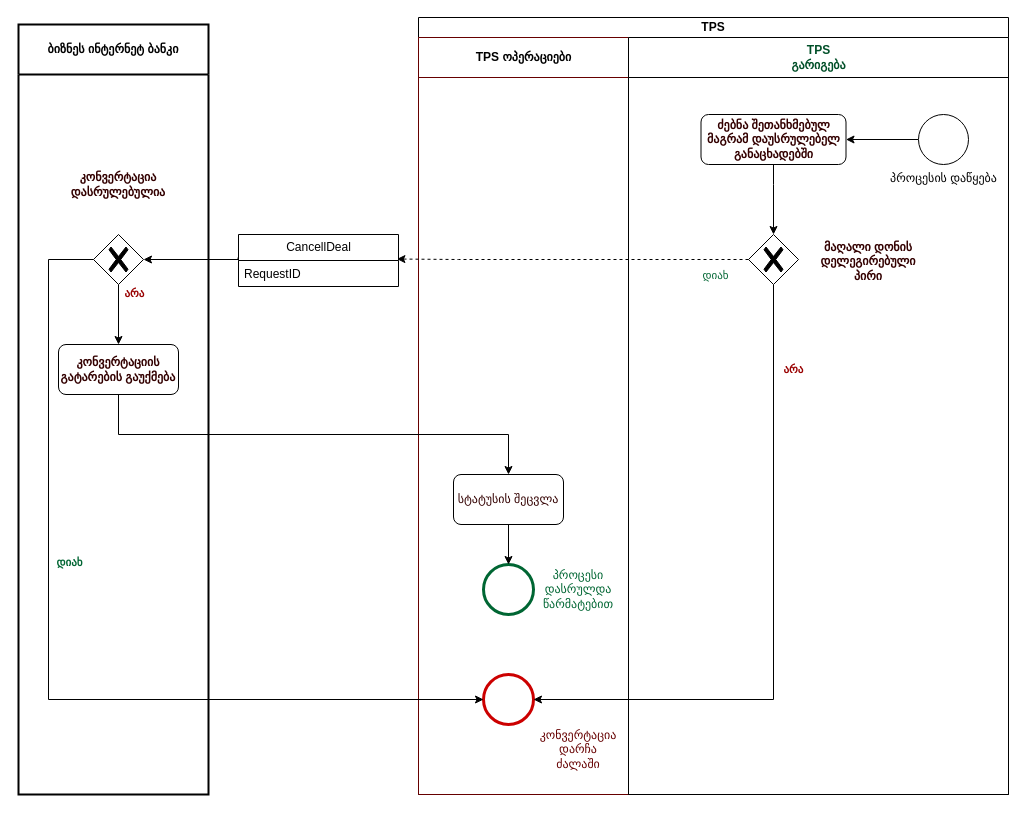
Before: page "შეთანხმების გაუქმება" (3 of 3) of RateDealProcessDiagram.drawio in vaso514d/drawio, a draw.io diagram. Source tidied: cells renumbered, new cells numbered last; positions are measured from the earlier drawing's top-left corner, leaving out a move shared by most shapes. Both pictures are drawn from the tidied source at 100%, with x=0, y=0 at pixel (18, 17).
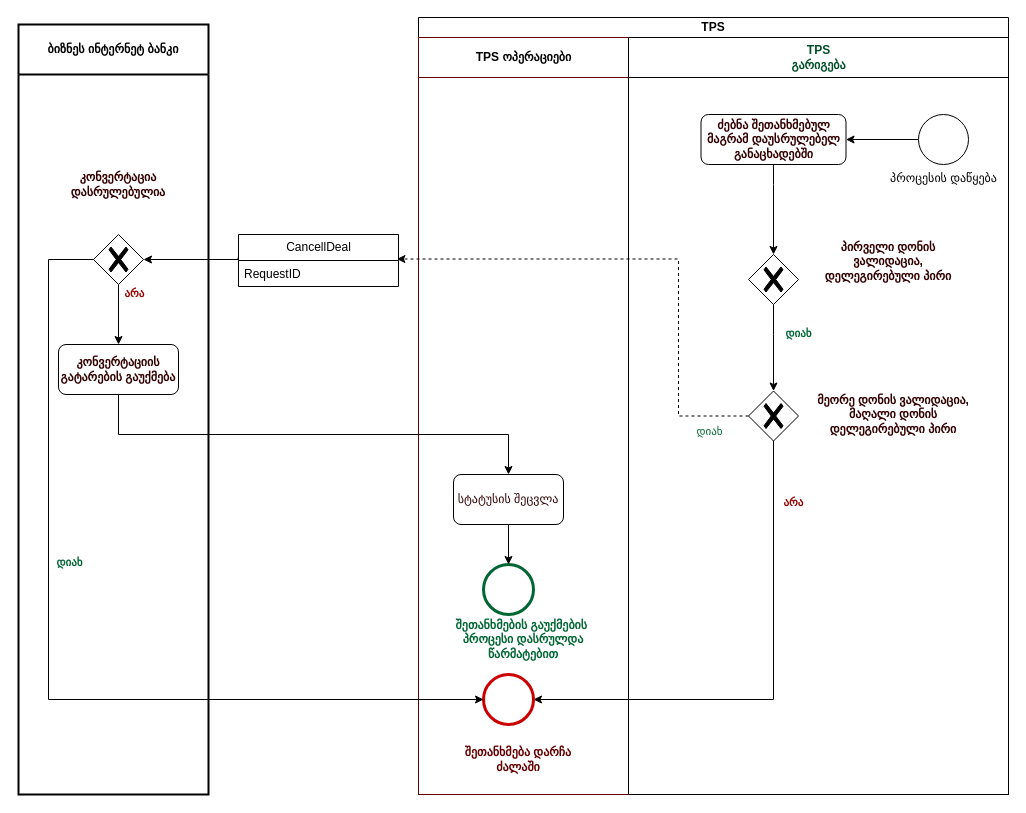
The same diagram, later.

The change refers to these unchanged cells:
```xml
<mxCell id="8" value="TPS" style="swimlane;html=1;startSize=20;whiteSpace=wrap;" parent="1" vertex="1">
  <mxGeometry x="400" width="590" height="777" as="geometry" />
</mxCell>
<mxCell id="9" value="TPS ოპერაციები" style="swimlane;html=1;startSize=40;perimeterSpacing=1;strokeColor=#660000;" parent="8" vertex="1">
  <mxGeometry y="20" width="210" height="757" as="geometry" />
</mxCell>
<mxCell id="10" style="points=[[0.145,0.145,0],[0.5,0,0],[0.855,0.145,0],[1,0.5,0],[0.855,0.855,0],[0.5,1,0],[0.145,0.855,0],[0,0.5,0]];shape=mxgraph.bpmn.event;html=1;verticalLabelPosition=bottom;labelBackgroundColor=#ffffff;verticalAlign=top;align=center;perimeter=ellipsePerimeter;outlineConnect=0;outline=end;symbol=terminate2;strokeColor=#CC0000;" parent="9" vertex="1">
  <mxGeometry x="65" y="637" width="50" height="50" as="geometry" />
</mxCell>
<mxCell id="18" value="&lt;b style=&quot;border-color: var(--border-color); color: rgb(0, 79, 40);&quot;&gt;TPS&lt;br style=&quot;border-color: var(--border-color);&quot;&gt;გარიგება&lt;/b&gt;" style="swimlane;html=1;startSize=40;" parent="8" vertex="1">
  <mxGeometry x="210" y="20" width="380" height="757" as="geometry" />
</mxCell>
<mxCell id="20" value="&lt;b&gt;ძებნა შეთანხმებულ მაგრამ დაუსრულებელ განაცხადებში&lt;/b&gt;" style="rounded=1;whiteSpace=wrap;html=1;labelBackgroundColor=none;fontColor=#330000;" parent="18" vertex="1">
  <mxGeometry x="72.5" y="77" width="145" height="50" as="geometry" />
</mxCell>
<mxCell id="26" value="RequestID" style="text;strokeColor=none;fillColor=none;align=left;verticalAlign=top;spacingLeft=4;spacingRight=4;overflow=hidden;points=[[0,0.5],[1,0.5]];portConstraint=eastwest;whiteSpace=wrap;html=1;fontColor=#000000;" parent="25" vertex="1">
  <mxGeometry y="26" width="160" height="26" as="geometry" />
</mxCell>
```

Diff of the diagram source:
```diff
@@
+    <mxCell id="16" style="edgeStyle=orthogonalEdgeStyle;rounded=0;jettySize=auto;html=1;startArrow=none;startFill=0;entryX=1;entryY=0.5;entryDx=0;entryDy=0;entryPerimeter=0;exitX=0.5;exitY=1;exitDx=0;exitDy=0;exitPerimeter=0;" parent="8" edge="1" source="19" target="10">
+      <mxGeometry relative="1" as="geometry">
+        <Array as="points">
+          <mxPoint x="355" y="682" />
+        </Array>
+      </mxGeometry>
+    </mxCell>
+    <mxCell id="17" value="არა" style="edgeLabel;html=1;align=center;verticalAlign=middle;fontColor=#990000;fontStyle=1;" parent="16" vertex="1">
+      <mxGeometry x="-0.7" y="1" relative="1" as="geometry">
+        <mxPoint x="18" y="-14" as="offset" />
+      </mxGeometry>
+    </mxCell>
@@
-    <mxCell id="14" value="პროცესი დასრულდა წარმატებით" style="text;html=1;strokeColor=none;fillColor=none;align=center;verticalAlign=middle;whiteSpace=wrap;rounded=0;fontColor=#006633;" parent="9" vertex="1">
-      <mxGeometry x="130" y="537" width="60" height="30" as="geometry" />
+    <mxCell id="14" value="შეთანხმების გაუქმების&amp;nbsp; პროცესი დასრულდა წარმატებით" style="text;html=1;strokeColor=none;fillColor=none;align=center;verticalAlign=middle;whiteSpace=wrap;rounded=0;fontColor=#006633;fontStyle=1;" parent="9" vertex="1">
+      <mxGeometry x="20" y="587" width="170" height="30" as="geometry" />
     </mxCell>
-    <mxCell id="15" value="კონვერტაცია დარჩა ძალაში" style="text;html=1;strokeColor=none;fillColor=none;align=center;verticalAlign=middle;whiteSpace=wrap;rounded=0;fontColor=#660000;" parent="9" vertex="1">
-      <mxGeometry x="130" y="697" width="60" height="30" as="geometry" />
+    <mxCell id="15" value="შეთანხმება დარჩა ძალაში" style="text;html=1;strokeColor=none;fillColor=none;align=center;verticalAlign=middle;whiteSpace=wrap;rounded=0;fontColor=#660000;fontStyle=1;" parent="9" vertex="1">
+      <mxGeometry x="30" y="707" width="140" height="30" as="geometry" />
     </mxCell>
-    <mxCell id="16" style="edgeStyle=orthogonalEdgeStyle;rounded=0;jettySize=auto;html=1;startArrow=none;startFill=0;entryX=1;entryY=0.5;entryDx=0;entryDy=0;entryPerimeter=0;exitX=0.5;exitY=1;exitDx=0;exitDy=0;exitPerimeter=0;" parent="8" edge="1" source="19" target="10">
-      <mxGeometry relative="1" as="geometry">
-        <Array as="points">
-          <mxPoint x="355" y="682" />
-        </Array>
-      </mxGeometry>
-    </mxCell>
-    <mxCell id="17" value="არა" style="edgeLabel;html=1;align=center;verticalAlign=middle;fontColor=#990000;fontStyle=1;" parent="16" vertex="1">
-      <mxGeometry x="-0.7" y="1" relative="1" as="geometry">
-        <mxPoint x="18" y="-14" as="offset" />
-      </mxGeometry>
-    </mxCell>
@@
     <mxCell id="19" style="points=[[0.25,0.25,0],[0.5,0,0],[0.75,0.25,0],[1,0.5,0],[0.75,0.75,0],[0.5,1,0],[0.25,0.75,0],[0,0.5,0]];shape=mxgraph.bpmn.gateway2;html=1;verticalLabelPosition=bottom;labelBackgroundColor=#ffffff;verticalAlign=top;align=center;perimeter=rhombusPerimeter;outlineConnect=0;outline=none;symbol=none;gwType=exclusive;" parent="18" vertex="1">
-      <mxGeometry x="120" y="197" width="50" height="50" as="geometry" />
+      <mxGeometry x="120" y="353.5" width="50" height="50" as="geometry" />
     </mxCell>
@@
-    <mxCell id="21" value="&lt;font color=&quot;#330000&quot;&gt;მაღალი დონის&lt;br&gt;დელეგირებული პირი&lt;br&gt;&lt;/font&gt;" style="text;html=1;strokeColor=none;fillColor=none;align=center;verticalAlign=middle;whiteSpace=wrap;rounded=0;fontColor=#CC0000;fontStyle=1;" parent="18" vertex="1">
-      <mxGeometry x="180" y="197" width="120" height="53" as="geometry" />
+    <mxCell id="21" value="&lt;font color=&quot;#330000&quot;&gt;მეორე დონის ვალიდაცია, მაღალი დონის&lt;br&gt;დელეგირებული პირი&lt;br&gt;&lt;/font&gt;" style="text;html=1;strokeColor=none;fillColor=none;align=center;verticalAlign=middle;whiteSpace=wrap;rounded=0;fontColor=#CC0000;fontStyle=1;" parent="18" vertex="1">
+      <mxGeometry x="180" y="350.5" width="170" height="53" as="geometry" />
     </mxCell>
@@
-    <mxCell id="24" style="edgeStyle=elbowEdgeStyle;fontSize=12;html=1;endFill=0;startFill=1;endSize=6;startSize=6;endArrow=none;startArrow=classic;rounded=0;entryX=0.5;entryY=1;entryDx=0;entryDy=0;exitX=0.5;exitY=0;exitDx=0;exitDy=0;exitPerimeter=0;" parent="18" edge="1" source="19" target="20">
+    <mxCell id="24" style="edgeStyle=elbowEdgeStyle;fontSize=12;html=1;endFill=0;startFill=1;endSize=6;startSize=6;endArrow=none;startArrow=classic;rounded=0;entryX=0.5;entryY=1;entryDx=0;entryDy=0;exitX=0.5;exitY=0;exitDx=0;exitDy=0;exitPerimeter=0;" parent="18" edge="1" source="34" target="20">
       <mxGeometry relative="1" as="geometry">
         <Array as="points">
           <mxPoint x="145" y="147" />
           <mxPoint x="150" y="157" />
           <mxPoint x="90" y="130" />
           <mxPoint x="80" y="140" />
           <mxPoint x="100" y="160" />
           <mxPoint x="110" y="180" />
           <mxPoint x="110" y="140" />
           <mxPoint x="30" y="130" />
           <mxPoint x="10" y="130" />
           <mxPoint x="-200" y="93" />
           <mxPoint x="-200" y="63" />
           <mxPoint x="-200" y="33" />
           <mxPoint x="-210" y="3" />
           <mxPoint x="-170" y="103" />
           <mxPoint x="-110" y="143" />
           <mxPoint x="-70" y="673" />
           <mxPoint x="100" y="663" />
           <mxPoint x="250" y="653" />
           <mxPoint x="-340" y="583" />
           <mxPoint x="-230" y="663" />
           <mxPoint x="220" y="603" />
         </Array>
       </mxGeometry>
     </mxCell>
+    <mxCell id="33" value="დიახ" style="edgeStyle=orthogonalEdgeStyle;rounded=0;jettySize=auto;html=1;entryX=0.5;entryY=0;entryDx=0;entryDy=0;entryPerimeter=0;fontStyle=1;fontColor=#006633;" parent="18" edge="1" source="34" target="19">
+      <mxGeometry x="-0.3" y="25" relative="1" as="geometry">
+        <Array as="points">
+          <mxPoint x="145" y="297" />
+          <mxPoint x="145" y="297" />
+        </Array>
+        <mxPoint y="-1" as="offset" />
+      </mxGeometry>
+    </mxCell>
+    <mxCell id="34" style="points=[[0.25,0.25,0],[0.5,0,0],[0.75,0.25,0],[1,0.5,0],[0.75,0.75,0],[0.5,1,0],[0.25,0.75,0],[0,0.5,0]];shape=mxgraph.bpmn.gateway2;html=1;verticalLabelPosition=bottom;labelBackgroundColor=#ffffff;verticalAlign=top;align=center;perimeter=rhombusPerimeter;outlineConnect=0;outline=none;symbol=none;gwType=exclusive;" parent="18" vertex="1">
+      <mxGeometry x="120" y="217" width="50" height="50" as="geometry" />
+    </mxCell>
+    <mxCell id="35" value="&lt;font color=&quot;#330000&quot;&gt;პირველი დონის&lt;br&gt;ვალიდაცია, დელეგირებული პირი&lt;br&gt;&lt;/font&gt;" style="text;html=1;strokeColor=none;fillColor=none;align=center;verticalAlign=middle;whiteSpace=wrap;rounded=0;fontColor=#CC0000;fontStyle=1;" parent="18" vertex="1">
+      <mxGeometry x="180" y="197" width="160" height="53" as="geometry" />
+    </mxCell>
@@
-    <mxCell id="31" style="edgeStyle=orthogonalEdgeStyle;rounded=0;jettySize=auto;html=1;fontColor=#006633;entryX=0.99;entryY=-0.057;entryDx=0;entryDy=0;entryPerimeter=0;exitX=0;exitY=0.5;exitDx=0;exitDy=0;exitPerimeter=0;dashed=1;" parent="1" edge="1" source="19" target="26">
+    <mxCell id="31" style="edgeStyle=orthogonalEdgeStyle;rounded=0;jettySize=auto;html=1;fontColor=#006633;entryX=0.99;entryY=-0.057;entryDx=0;entryDy=0;entryPerimeter=0;dashed=1;exitX=0;exitY=0.5;exitDx=0;exitDy=0;exitPerimeter=0;" parent="1" edge="1" source="19" target="26">
       <mxGeometry relative="1" as="geometry">
         <Array as="points">
-          <mxPoint x="440" y="242" />
-          <mxPoint x="440" y="242" />
+          <mxPoint x="660" y="398" />
+          <mxPoint x="660" y="242" />
         </Array>
       </mxGeometry>
     </mxCell>
```
